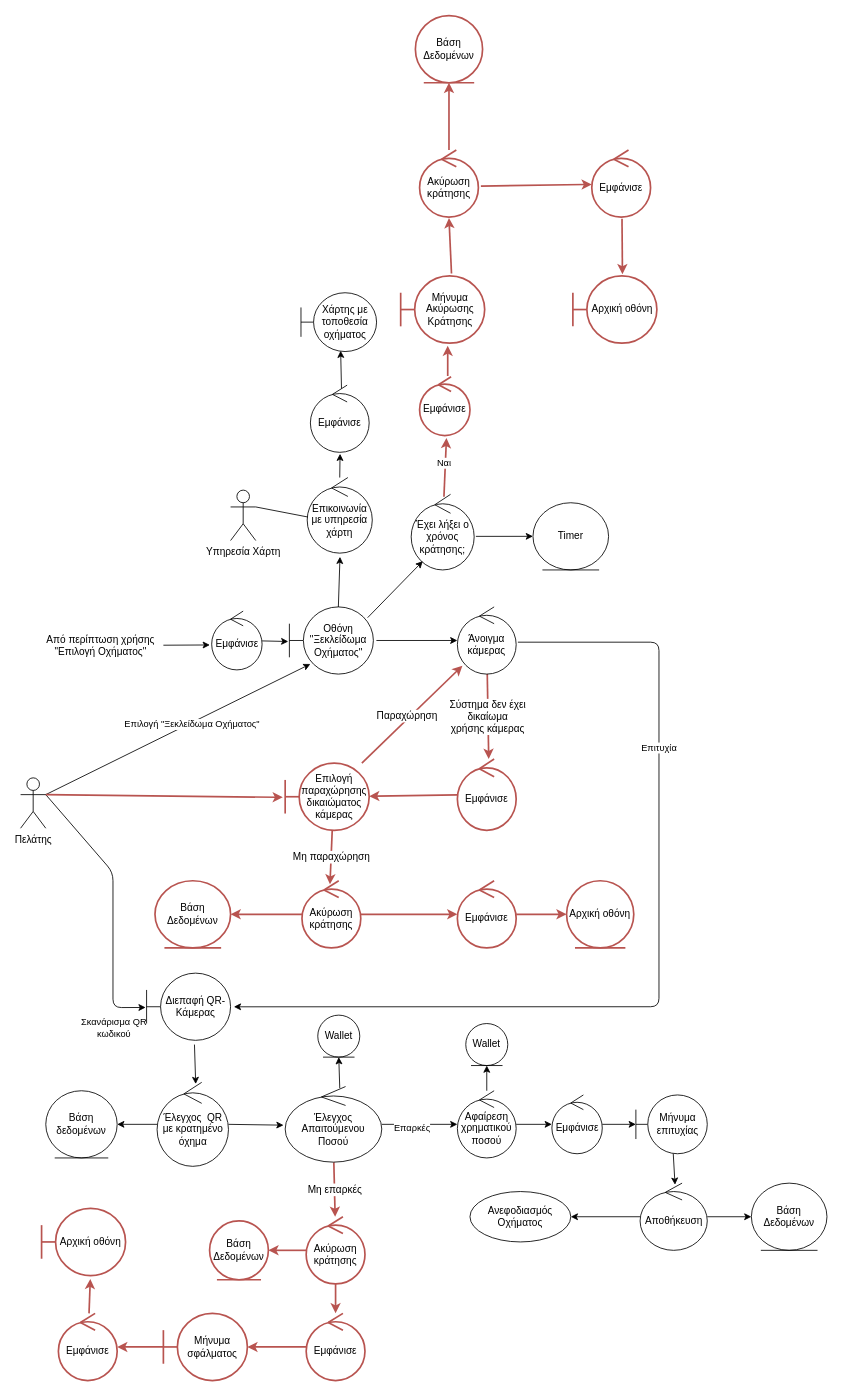
Earlier version of the draw.io diagram Part_2/Robustness/diagrams/02_Ξεκλείδωμα_Οχήματος.drawio (Nikolis2002/texnoligia_logismikou). Source tidied: cells renumbered, new cells numbered last; positions are measured from the earlier drawing's top-left corner, leaving out a move shared by most shapes. Both pictures are drawn from the tidied source at 84%, with x=0, y=0 at pixel (20, 15).
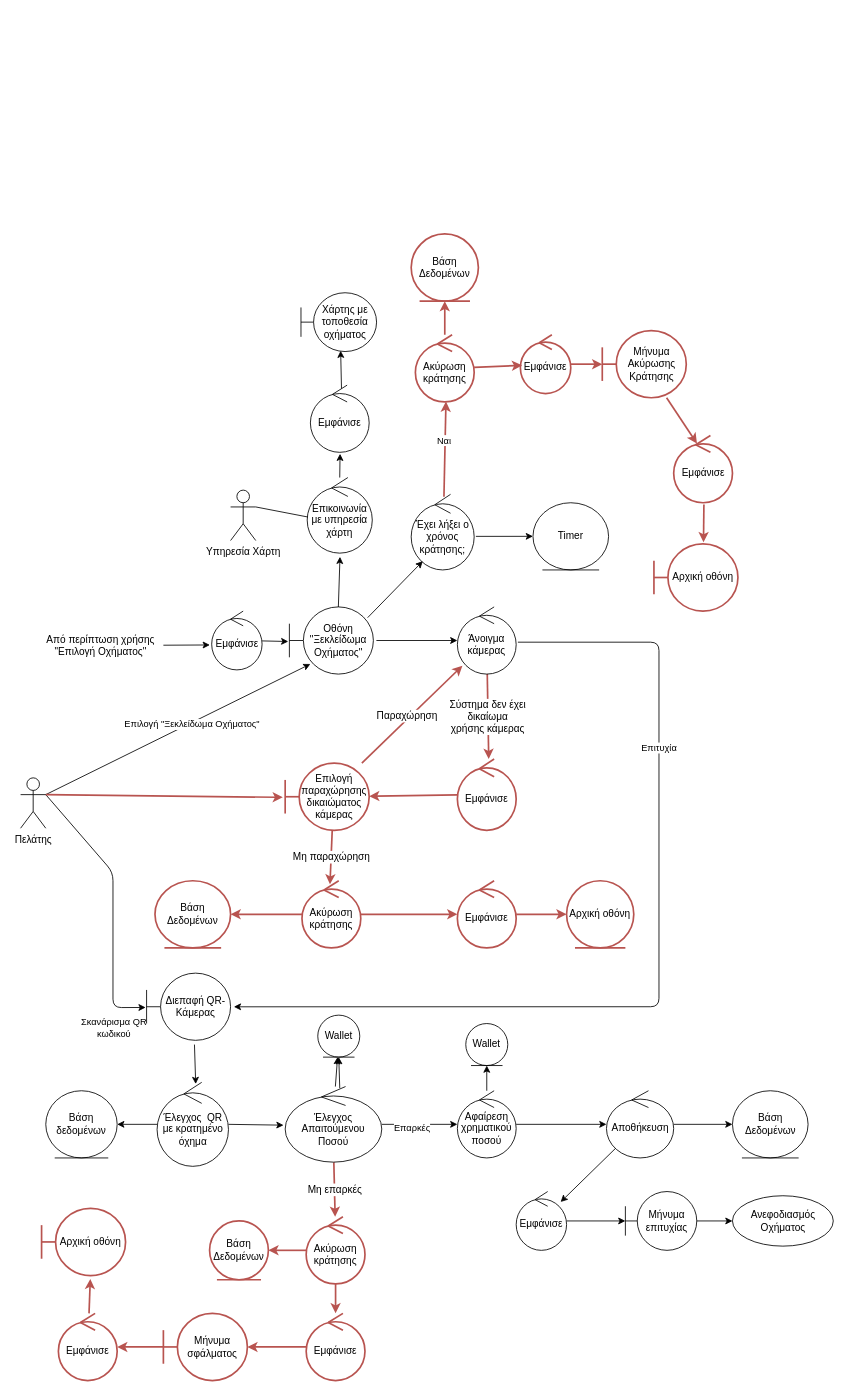
The same page after the edit.

Unchanged cells that the change refers to:
```xml
<mxCell id="9" value="Έχει λήξει ο χρόνος κράτησης;" style="ellipse;shape=umlControl;whiteSpace=wrap;html=1;" parent="1" vertex="1">
  <mxGeometry x="465" y="570" width="75" height="90" as="geometry" />
</mxCell>
<mxCell id="19" value="Έλεγχος Απαιτούμενου Ποσού" style="ellipse;shape=umlControl;whiteSpace=wrap;html=1;" parent="1" vertex="1">
  <mxGeometry x="315" y="1275" width="115" height="90" as="geometry" />
</mxCell>
<mxCell id="22" value="Αφαίρεση χρηματικού ποσού" style="ellipse;shape=umlControl;whiteSpace=wrap;html=1;" parent="1" vertex="1">
  <mxGeometry x="520" y="1280" width="70" height="80" as="geometry" />
</mxCell>
<mxCell id="29" value="Wallet" style="ellipse;shape=umlEntity;whiteSpace=wrap;html=1;" parent="1" vertex="1">
  <mxGeometry x="353.8" y="1190" width="50" height="50" as="geometry" />
</mxCell>
```

Diff of the diagram source:
```diff
@@
+    <mxCell id="93" style="edgeStyle=none;html=1;" parent="1" edge="1" source="19" target="29">
+      <mxGeometry relative="1" as="geometry" />
+    </mxCell>
@@
-    <mxCell id="20" style="edgeStyle=none;html=1;" parent="1" edge="1" source="22" target="25">
-      <mxGeometry relative="1" as="geometry" />
-    </mxCell>
@@
+    <mxCell id="94" style="edgeStyle=none;html=1;" parent="1" edge="1" source="22" target="28">
+      <mxGeometry relative="1" as="geometry" />
+    </mxCell>
@@
     <mxCell id="25" value="Εμφάνισε" style="ellipse;shape=umlControl;whiteSpace=wrap;html=1;" parent="1" vertex="1">
-      <mxGeometry x="632.5" y="1285" width="60" height="70" as="geometry" />
+      <mxGeometry x="590" y="1400" width="60" height="70" as="geometry" />
     </mxCell>
@@
-    <mxCell id="27" style="edgeStyle=none;html=1;entryX=1;entryY=0.5;entryDx=0;entryDy=0;" parent="1" edge="1" source="28" target="92">
-      <mxGeometry relative="1" as="geometry" />
-    </mxCell>
+    <mxCell id="95" style="edgeStyle=none;html=1;" parent="1" edge="1" source="28" target="25">
+      <mxGeometry relative="1" as="geometry" />
+    </mxCell>
     <mxCell id="28" value="Αποθήκευση" style="ellipse;shape=umlControl;whiteSpace=wrap;html=1;" parent="1" vertex="1">
-      <mxGeometry x="737.5" y="1390" width="80" height="80" as="geometry" />
+      <mxGeometry x="697.5" y="1280" width="80" height="80" as="geometry" />
     </mxCell>
@@
     <mxCell id="30" value="Βάση Δεδομένων" style="ellipse;shape=umlEntity;whiteSpace=wrap;html=1;" parent="1" vertex="1">
-      <mxGeometry x="870" y="1390" width="90" height="80" as="geometry" />
+      <mxGeometry x="847.5" y="1280" width="90" height="80" as="geometry" />
     </mxCell>
@@
-    <mxCell id="58" style="edgeStyle=none;html=1;endArrow=classic;endFill=1;entryX=0.52;entryY=0.024;entryDx=0;entryDy=0;entryPerimeter=0;" parent="1" edge="1" source="59" target="28">
-      <mxGeometry relative="1" as="geometry" />
-    </mxCell>
+    <mxCell id="96" style="edgeStyle=none;html=1;" parent="1" edge="1" source="59" target="92">
+      <mxGeometry relative="1" as="geometry" />
+    </mxCell>
     <mxCell id="59" value="Μήνυμα επιτυχίας" style="shape=umlBoundary;whiteSpace=wrap;html=1;" parent="1" vertex="1">
-      <mxGeometry x="732.5" y="1285" width="85" height="70" as="geometry" />
+      <mxGeometry x="720" y="1400" width="85" height="70" as="geometry" />
     </mxCell>
-    <mxCell id="60" style="edgeStyle=none;html=1;endArrow=classic;endFill=1;fontSize=12;fillColor=none;strokeColor=#b85450;strokeWidth=2;entryX=0.533;entryY=1.043;entryDx=0;entryDy=0;entryPerimeter=0;exitX=0.52;exitY=0.033;exitDx=0;exitDy=0;exitPerimeter=0;" parent="1" edge="1" source="9" target="62">
+    <mxCell id="60" style="edgeStyle=none;html=1;endArrow=classic;endFill=1;fontSize=12;fillColor=none;strokeColor=#b85450;strokeWidth=2;entryX=0.52;entryY=0.994;entryDx=0;entryDy=0;entryPerimeter=0;exitX=0.52;exitY=0.033;exitDx=0;exitDy=0;exitPerimeter=0;" parent="1" edge="1" source="9" target="66">
       <mxGeometry relative="1" as="geometry" />
     </mxCell>
@@
-    <mxCell id="62" value="Εμφάνισε" style="ellipse;shape=umlControl;whiteSpace=wrap;html=1;fillColor=none;strokeColor=#b85450;strokeWidth=2;" parent="1" vertex="1">
-      <mxGeometry x="475" y="430" width="60" height="70" as="geometry" />
-    </mxCell>
+    <mxCell id="97" style="edgeStyle=none;html=1;entryX=0.396;entryY=0.118;entryDx=0;entryDy=0;entryPerimeter=0;fontSize=12;fillColor=none;strokeColor=#b85450;strokeWidth=2;" parent="1" edge="1" source="63" target="67">
+      <mxGeometry relative="1" as="geometry" />
+    </mxCell>
     <mxCell id="63" value="Μήνυμα Ακύρωσης Κράτησης" style="shape=umlBoundary;whiteSpace=wrap;html=1;fillColor=none;strokeColor=#b85450;strokeWidth=2;" parent="1" vertex="1">
-      <mxGeometry x="452.5" y="310" width="100" height="80" as="geometry" />
+      <mxGeometry x="692.5" y="375" width="100" height="80" as="geometry" />
     </mxCell>
-    <mxCell id="64" style="edgeStyle=none;html=1;fontSize=12;fillColor=none;strokeColor=#b85450;strokeWidth=2;exitX=0.558;exitY=-0.014;exitDx=0;exitDy=0;exitPerimeter=0;entryX=0.56;entryY=1.038;entryDx=0;entryDy=0;entryPerimeter=0;" parent="1" edge="1" source="62" target="63">
-      <mxGeometry relative="1" as="geometry" />
-    </mxCell>
-    <mxCell id="65" style="edgeStyle=none;html=1;fontSize=12;fillColor=none;strokeColor=#b85450;strokeWidth=2;entryX=0.5;entryY=1.013;entryDx=0;entryDy=0;entryPerimeter=0;exitX=0.605;exitY=-0.037;exitDx=0;exitDy=0;exitPerimeter=0;" parent="1" edge="1" source="63" target="66">
-      <mxGeometry relative="1" as="geometry" />
-    </mxCell>
+    <mxCell id="98" style="edgeStyle=none;html=1;entryX=0.033;entryY=0.52;entryDx=0;entryDy=0;entryPerimeter=0;fontSize=12;fillColor=none;strokeColor=#b85450;strokeWidth=2;" parent="1" edge="1" source="66" target="62">
+      <mxGeometry relative="1" as="geometry" />
+    </mxCell>
     <mxCell id="66" value="Ακύρωση κράτησης" style="ellipse;shape=umlControl;whiteSpace=wrap;html=1;fillColor=none;strokeColor=#b85450;strokeWidth=2;" parent="1" vertex="1">
-      <mxGeometry x="475" y="160" width="70" height="80" as="geometry" />
+      <mxGeometry x="470" y="380" width="70" height="80" as="geometry" />
     </mxCell>
     <mxCell id="67" value="Εμφάνισε" style="ellipse;shape=umlControl;whiteSpace=wrap;html=1;fillColor=none;strokeColor=#b85450;strokeWidth=2;" parent="1" vertex="1">
-      <mxGeometry x="680" y="160" width="70" height="80" as="geometry" />
+      <mxGeometry x="777.5" y="500" width="70" height="80" as="geometry" />
     </mxCell>
     <mxCell id="68" value="Βάση Δεδομένων" style="ellipse;shape=umlEntity;whiteSpace=wrap;html=1;fillColor=none;strokeColor=#b85450;strokeWidth=2;" parent="1" vertex="1">
-      <mxGeometry x="470" width="80" height="80" as="geometry" />
+      <mxGeometry x="465" y="260" width="80" height="80" as="geometry" />
     </mxCell>
     <mxCell id="69" value="Αρχική οθόνη" style="shape=umlBoundary;whiteSpace=wrap;html=1;fillColor=none;strokeColor=#b85450;strokeWidth=2;" parent="1" vertex="1">
-      <mxGeometry x="657.5" y="310" width="100" height="80" as="geometry" />
+      <mxGeometry x="754" y="629" width="100" height="80" as="geometry" />
     </mxCell>
@@
-    <mxCell id="71" style="edgeStyle=none;html=1;fontSize=12;fillColor=none;strokeColor=#b85450;strokeWidth=2;entryX=0;entryY=0.513;entryDx=0;entryDy=0;exitX=1.043;exitY=0.538;exitDx=0;exitDy=0;exitPerimeter=0;entryPerimeter=0;" parent="1" edge="1" source="66" target="67">
-      <mxGeometry relative="1" as="geometry" />
-    </mxCell>
@@
     <mxCell id="92" value="Ανεφοδιασμός Οχήματος" style="ellipse;whiteSpace=wrap;html=1;" parent="1" vertex="1">
-      <mxGeometry x="535" y="1400" width="120" height="60" as="geometry" />
+      <mxGeometry x="847.5" y="1405" width="120" height="60" as="geometry" />
     </mxCell>
+    <mxCell id="64" style="edgeStyle=none;html=1;fontSize=12;fillColor=none;strokeColor=#b85450;strokeWidth=2;" parent="1" edge="1" source="62" target="63">
+      <mxGeometry relative="1" as="geometry" />
+    </mxCell>
+    <mxCell id="62" value="Εμφάνισε" style="ellipse;shape=umlControl;whiteSpace=wrap;html=1;fillColor=none;strokeColor=#b85450;strokeWidth=2;" parent="1" vertex="1">
+      <mxGeometry x="595" y="380" width="60" height="70" as="geometry" />
+    </mxCell>
```
